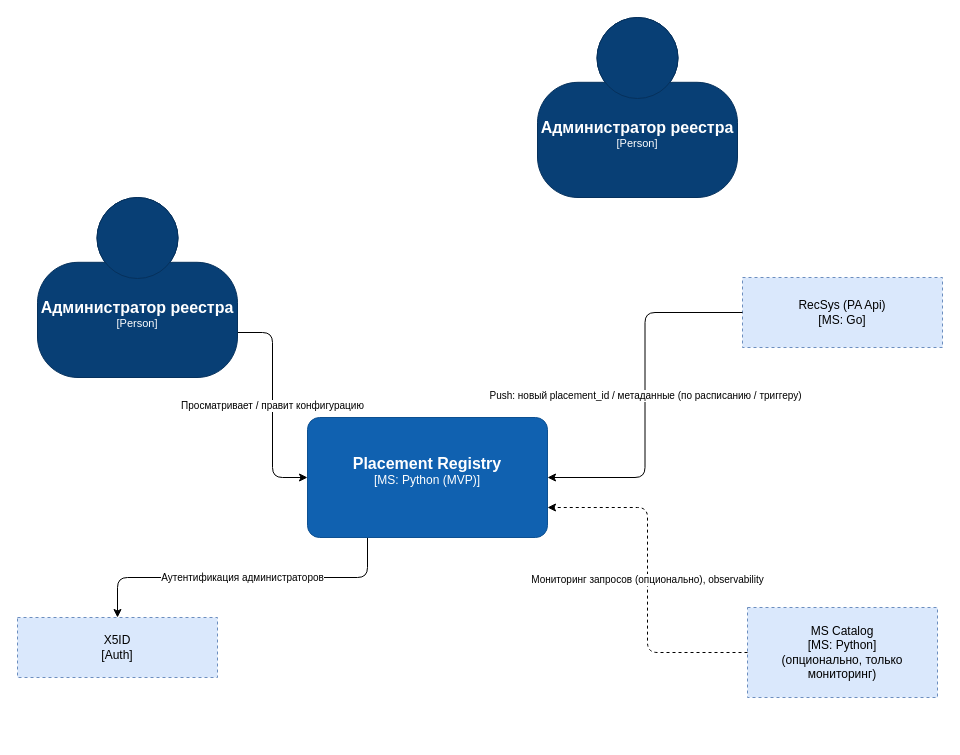
The draw.io diagram diagrams/context-mvp.drawio in rpervushin/placement-registry-mvp-tc5, before the edit. Source tidied: cells renumbered, new cells numbered last; positions are measured from the earlier drawing's top-left corner, leaving out a move shared by most shapes. Both pictures are drawn from the tidied source at 100%, with x=0, y=0 at pixel (17, 17).
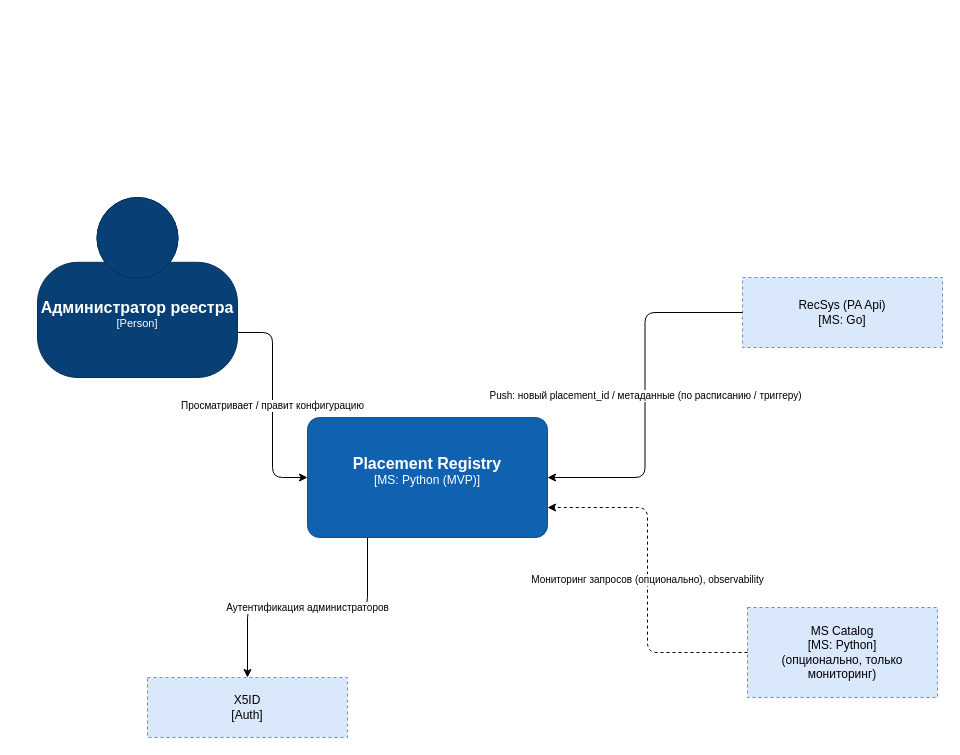
Above is the later version.

What changed in the source:
```diff
@@
 <mxGraphModel>
   <root>
     <mxCell id="0" />
     <mxCell id="1" parent="0" />
     <mxCell id="2" value="RecSys (PA Api)&#10;[MS: Go]" style="rounded=0;dashed=1;whiteSpace=wrap;html=1;fillColor=#dae8fc;strokeColor=#6c8ebf;fontSize=12;" parent="1" vertex="1">
       <mxGeometry x="725" y="260" width="200" height="70" as="geometry" />
     </mxCell>
     <mxCell id="3" value="MS Catalog&#10;[MS: Python]&#10;(опционально, только мониторинг)" style="rounded=0;dashed=1;whiteSpace=wrap;html=1;fillColor=#dae8fc;strokeColor=#6c8ebf;fontSize=12;" parent="1" vertex="1">
       <mxGeometry x="730" y="590" width="190" height="90" as="geometry" />
     </mxCell>
     <mxCell id="4" value="X5ID&#10;[Auth]" style="rounded=0;dashed=1;whiteSpace=wrap;html=1;fillColor=#dae8fc;strokeColor=#6c8ebf;fontSize=12;" parent="1" vertex="1">
-      <mxGeometry y="600" width="200" height="60" as="geometry" />
+      <mxGeometry x="130" y="660" width="200" height="60" as="geometry" />
     </mxCell>
     <mxCell id="5" value="Просматривает / правит конфигурацию" style="edgeStyle=orthogonalEdgeStyle;rounded=1;html=1;exitX=1;exitY=0.75;exitDx=0;exitDy=0;entryX=0;entryY=0.5;entryDx=0;entryDy=0;fontSize=10;exitPerimeter=0;entryPerimeter=0;" parent="1" edge="1" source="9" target="10">
       <mxGeometry relative="1" as="geometry" />
     </mxCell>
     <mxCell id="6" value="Push: новый placement_id / метаданные (по расписанию / триггеру)" style="edgeStyle=orthogonalEdgeStyle;rounded=1;html=1;exitX=0;exitY=0.5;exitDx=0;exitDy=0;entryX=1;entryY=0.5;entryDx=0;entryDy=0;fontSize=10;entryPerimeter=0;" parent="1" edge="1" source="2" target="10">
       <mxGeometry relative="1" as="geometry" />
     </mxCell>
     <mxCell id="7" value="Мониторинг запросов (опционально), observability" style="edgeStyle=orthogonalEdgeStyle;rounded=1;dashed=1;html=1;exitX=0;exitY=0.5;exitDx=0;exitDy=0;entryX=1;entryY=0.75;entryDx=0;entryDy=0;fontSize=10;entryPerimeter=0;" parent="1" edge="1" source="3" target="10">
       <mxGeometry relative="1" as="geometry" />
     </mxCell>
     <mxCell id="8" value="Аутентификация администраторов" style="edgeStyle=orthogonalEdgeStyle;rounded=1;html=1;exitX=0.25;exitY=1;exitDx=0;exitDy=0;entryX=0.5;entryY=0;entryDx=0;entryDy=0;fontSize=10;exitPerimeter=0;" parent="1" edge="1" source="10" target="4">
       <mxGeometry relative="1" as="geometry" />
     </mxCell>
     <object id="9" label="&lt;font style=&quot;font-size: 16px&quot;&gt;&lt;b&gt;%c4Name%&lt;/b&gt;&lt;/font&gt;&lt;div&gt;[%c4Type%]&lt;/div&gt;&lt;br&gt;&lt;div&gt;&lt;font style=&quot;font-size: 11px&quot;&gt;&lt;font color=&quot;#cccccc&quot;&gt;%c4Description%&lt;/font&gt;&lt;/div&gt;" c4Description="" c4Name="Администратор реестра" c4Type="Person" placeholders="1">
       <mxCell style="html=1;fontSize=11;dashed=0;whiteSpace=wrap;fillColor=#083F75;strokeColor=#06315C;fontColor=#ffffff;shape=mxgraph.c4.person2;align=center;points=[[0.5,0,0],[1,0.5,0],[1,0.75,0],[0.75,1,0],[0.5,1,0],[0.25,1,0],[0,0.75,0],[0,0.5,0]];" parent="1" vertex="1">
         <mxGeometry x="20" y="180" width="200" height="180" as="geometry" />
       </mxCell>
     </object>
     <object id="10" label="&lt;font style=&quot;font-size: 16px&quot;&gt;&lt;b&gt;%c4Name%&lt;/b&gt;&lt;/font&gt;&lt;div&gt;[%c4Type%]&lt;/div&gt;&lt;br&gt;&lt;div&gt;&lt;font style=&quot;font-size: 11px&quot;&gt;&lt;font color=&quot;#cccccc&quot;&gt;%c4Description%&lt;/font&gt;&lt;/div&gt;" c4Description="" c4Name="Placement Registry" c4Type="MS: Python (MVP)" placeholders="1">
       <mxCell style="rounded=1;whiteSpace=wrap;html=1;labelBackgroundColor=none;fillColor=#1061B0;fontColor=#ffffff;align=center;arcSize=10;strokeColor=#0D5091;points=[[0.25,0,0],[0.5,0,0],[0.75,0,0],[1,0.25,0],[1,0.5,0],[1,0.75,0],[0.75,1,0],[0.5,1,0],[0.25,1,0],[0,0.75,0],[0,0.5,0],[0,0.25,0]];" parent="1" vertex="1">
         <mxGeometry x="290" y="400" width="240" height="120" as="geometry" />
       </mxCell>
     </object>
-    <object id="11" label="&lt;font style=&quot;font-size: 16px&quot;&gt;&lt;b&gt;%c4Name%&lt;/b&gt;&lt;/font&gt;&lt;div&gt;[%c4Type%]&lt;/div&gt;&lt;br&gt;&lt;div&gt;&lt;font style=&quot;font-size: 11px&quot;&gt;&lt;font color=&quot;#cccccc&quot;&gt;%c4Description%&lt;/font&gt;&lt;/div&gt;" c4Description="" c4Name="Администратор реестра" c4Type="Person" placeholders="1">
-      <mxCell style="html=1;fontSize=11;dashed=0;whiteSpace=wrap;fillColor=#083F75;strokeColor=#06315C;fontColor=#ffffff;shape=mxgraph.c4.person2;align=center;" parent="1" vertex="1">
-        <mxGeometry x="520" width="200" height="180" as="geometry" />
-      </mxCell>
-    </object>
   </root>
 </mxGraphModel>
```
